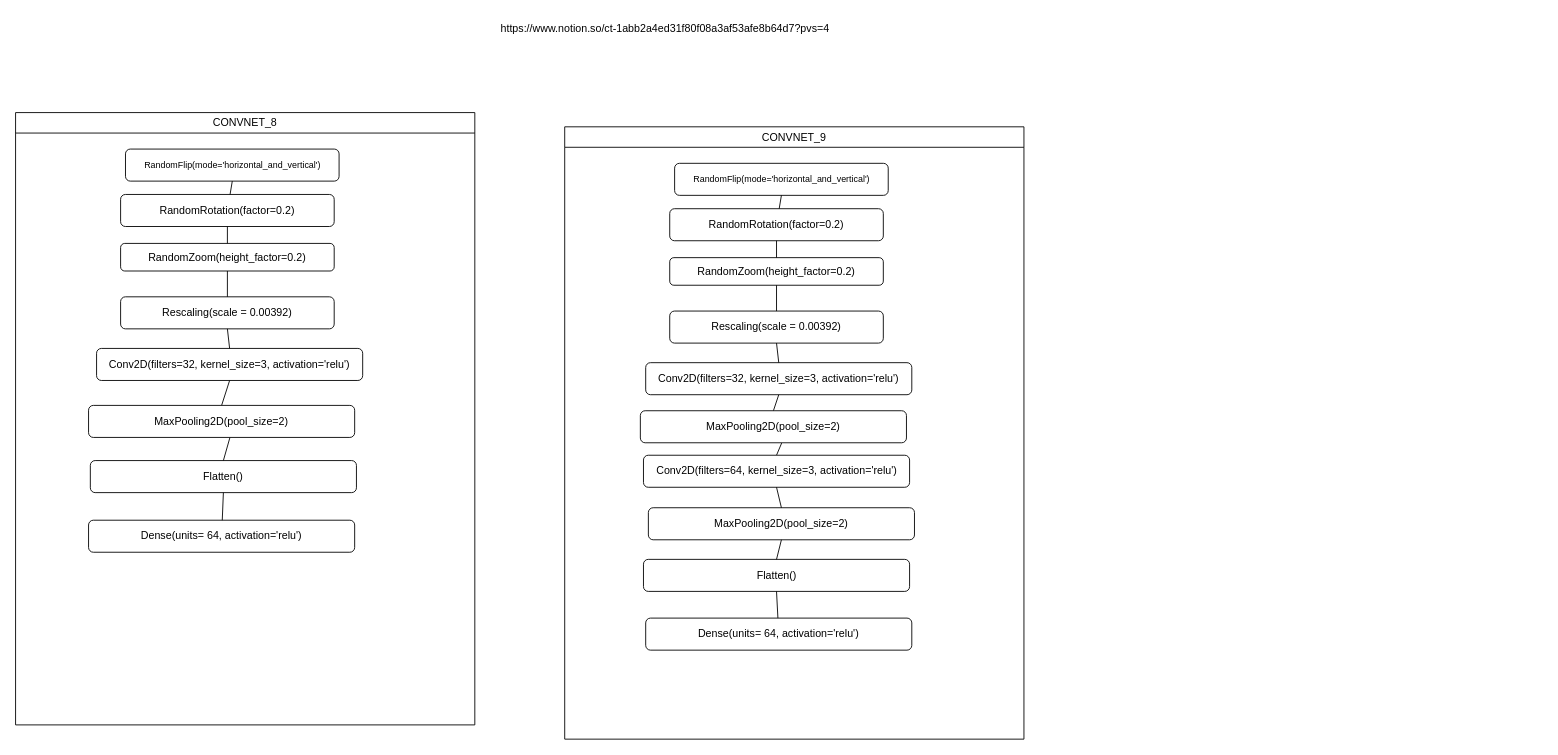
zalexdevon/plant_disease_classifier_new keeps this draw.io diagram as bai_lam.drawio. Above is the earlier version. Source tidied: cells renumbered, new cells numbered last; positions are measured from the earlier drawing's top-left corner, leaving out a move shared by most shapes. Both pictures are drawn from the tidied source at 89%, with x=0, y=0 at pixel (15, 15).
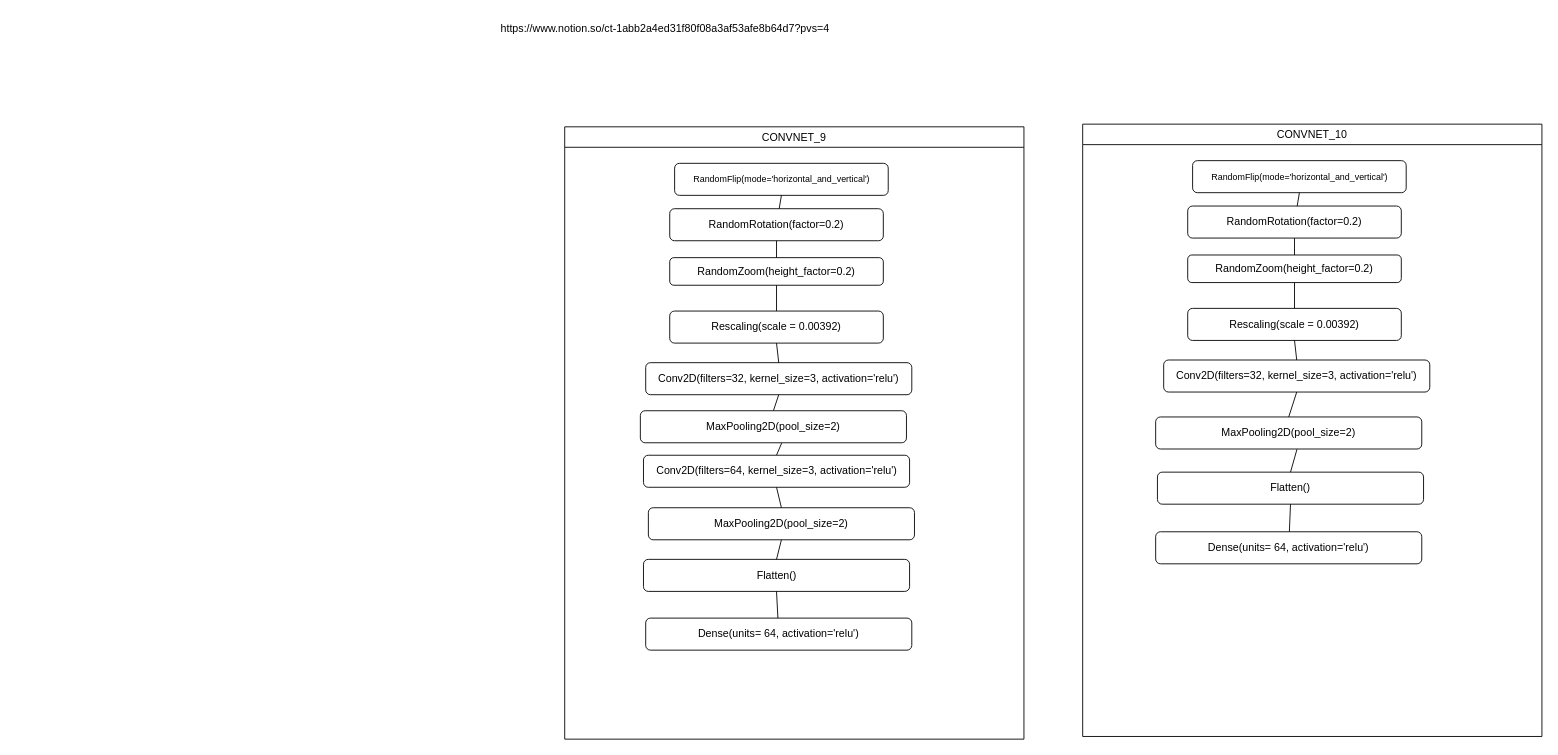
Above is the later version.

The edit, as a diff of the source:
```diff
@@
-    <mxCell id="3" value="&lt;span style=&quot;font-weight: normal;&quot;&gt;CONVNET_8&lt;/span&gt;" style="swimlane;whiteSpace=wrap;html=1;startSize=23;" parent="1" vertex="1">
-      <mxGeometry y="109" width="516" height="688" as="geometry" />
+    <mxCell id="3" value="&lt;span style=&quot;font-weight: normal;&quot;&gt;CONVNET_10&lt;/span&gt;" style="swimlane;whiteSpace=wrap;html=1;startSize=23;" parent="1" vertex="1">
+      <mxGeometry x="1199" y="122" width="516" height="688" as="geometry" />
     </mxCell>
```
